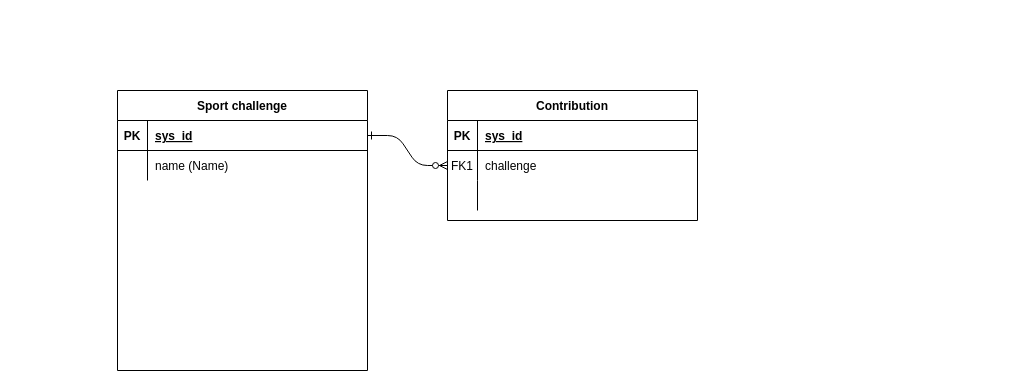
MikhailRaiman/draw keeps this draw.io diagram as Диаграмма без названия.drawio. Above is the earlier version. Source tidied: cells renumbered, new cells numbered last; positions are measured from the earlier drawing's top-left corner, leaving out a move shared by most shapes. Both pictures are drawn from the tidied source at 100%, with x=0, y=0 at pixel (117, 90).
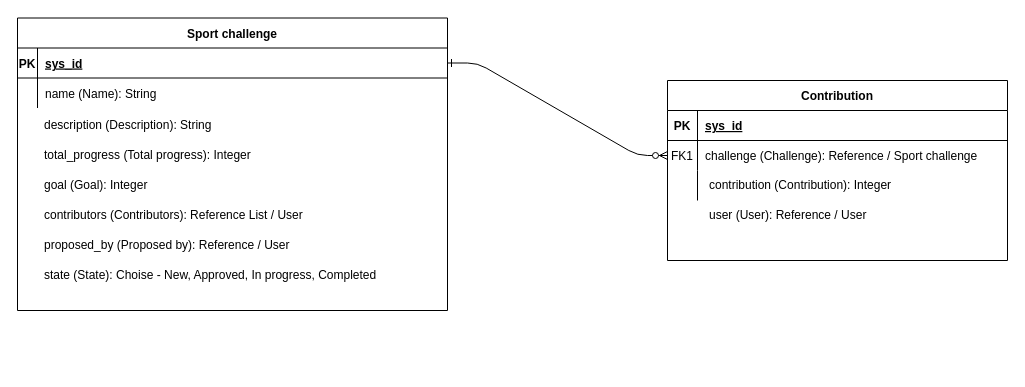
The same page after the edit.

What changed in the source:
```diff
@@
     <mxCell id="3" value="Contribution" style="shape=table;startSize=30;childLayout=tableLayout;rowLines=0;fontStyle=1;align=center;" parent="1" vertex="1">
-      <mxGeometry x="330" width="250" height="130" as="geometry" />
+      <mxGeometry x="550" y="-10" width="340" height="180" as="geometry" />
     </mxCell>
     <mxCell id="4" style="shape=partialRectangle;fillColor=none;top=0;left=0;right=0;bottom=1;" parent="3" vertex="1">
-      <mxGeometry y="30" width="250" height="30" as="geometry" />
+      <mxGeometry y="30" width="340" height="30" as="geometry" />
     </mxCell>
@@
     <mxCell id="6" value="sys_id" style="shape=partialRectangle;overflow=hidden;fillColor=none;top=0;left=0;bottom=0;right=0;align=left;spacingLeft=6;fontStyle=5;" parent="4" vertex="1">
-      <mxGeometry x="30" width="220" height="30" as="geometry" />
+      <mxGeometry x="30" width="310" height="30" as="geometry" />
     </mxCell>
     <mxCell id="7" style="shape=partialRectangle;fillColor=none;points=[[0,0.5],[1,0.5]];portConstraint=eastwest;top=0;left=0;right=0;bottom=0;" parent="3" vertex="1">
-      <mxGeometry y="60" width="250" height="30" as="geometry" />
+      <mxGeometry y="60" width="340" height="30" as="geometry" />
     </mxCell>
@@
-    <mxCell id="9" value="challenge" style="shape=partialRectangle;overflow=hidden;fillColor=none;top=0;left=0;bottom=0;right=0;align=left;spacingLeft=6;" parent="7" vertex="1">
-      <mxGeometry x="30" width="220" height="30" as="geometry" />
+    <mxCell id="9" value="challenge (Challenge): Reference / Sport challenge" style="shape=partialRectangle;overflow=hidden;fillColor=none;top=0;left=0;bottom=0;right=0;align=left;spacingLeft=6;" parent="7" vertex="1">
+      <mxGeometry x="30" width="310" height="30" as="geometry" />
     </mxCell>
     <mxCell id="10" style="shape=partialRectangle;fillColor=none;top=0;left=0;right=0;bottom=0;" parent="3" vertex="1">
-      <mxGeometry y="90" width="250" height="30" as="geometry" />
+      <mxGeometry y="90" width="340" height="30" as="geometry" />
     </mxCell>
@@
     <mxCell id="12" style="shape=partialRectangle;overflow=hidden;fillColor=none;top=0;left=0;bottom=0;right=0;align=left;spacingLeft=6;" parent="10" vertex="1">
-      <mxGeometry x="30" width="220" height="30" as="geometry" />
+      <mxGeometry x="30" width="310" height="30" as="geometry" />
     </mxCell>
     <mxCell id="13" value="Sport challenge" style="shape=table;startSize=30;childLayout=tableLayout;rowLines=0;fontStyle=1;align=center;" parent="1" vertex="1">
-      <mxGeometry width="250" height="280" as="geometry" />
+      <mxGeometry x="-100" y="-72.5" width="430" height="292.5" as="geometry" />
     </mxCell>
     <mxCell id="14" style="shape=partialRectangle;fillColor=none;points=[[0,0.5],[1,0.5]];portConstraint=eastwest;top=0;left=0;right=0;bottom=1;" parent="13" vertex="1">
-      <mxGeometry y="30" width="250" height="30" as="geometry" />
+      <mxGeometry y="30" width="430" height="30" as="geometry" />
     </mxCell>
     <mxCell id="15" value="PK" style="shape=partialRectangle;overflow=hidden;fillColor=none;top=0;left=0;bottom=0;right=0;fontStyle=1;" parent="14" vertex="1">
-      <mxGeometry width="30" height="30" as="geometry" />
+      <mxGeometry width="20" height="30" as="geometry" />
     </mxCell>
     <mxCell id="16" value="sys_id" style="shape=partialRectangle;overflow=hidden;fillColor=none;top=0;left=0;bottom=0;right=0;align=left;spacingLeft=6;fontStyle=5;" parent="14" vertex="1">
-      <mxGeometry x="30" width="220" height="30" as="geometry" />
+      <mxGeometry x="20" width="410" height="30" as="geometry" />
     </mxCell>
     <mxCell id="17" style="shape=partialRectangle;fillColor=none;top=0;left=0;right=0;bottom=0;" parent="13" vertex="1">
-      <mxGeometry y="60" width="250" height="30" as="geometry" />
+      <mxGeometry y="60" width="430" height="30" as="geometry" />
     </mxCell>
     <mxCell id="18" style="shape=partialRectangle;overflow=hidden;fillColor=none;top=0;left=0;bottom=0;right=0;" parent="17" vertex="1">
-      <mxGeometry width="30" height="30" as="geometry" />
+      <mxGeometry width="20" height="30" as="geometry" />
     </mxCell>
-    <mxCell id="19" value="name (Name)" style="shape=partialRectangle;overflow=hidden;fillColor=none;top=0;left=0;bottom=0;right=0;align=left;spacingLeft=6;" parent="17" vertex="1">
-      <mxGeometry x="30" width="220" height="30" as="geometry" />
+    <mxCell id="19" value="name (Name): String" style="shape=partialRectangle;overflow=hidden;fillColor=none;top=0;left=0;bottom=0;right=0;align=left;spacingLeft=6;" parent="17" vertex="1">
+      <mxGeometry x="20" width="410" height="30" as="geometry" />
     </mxCell>
+    <mxCell id="20" value="description (Description): String" style="text;html=1;strokeColor=none;fillColor=none;align=left;verticalAlign=middle;whiteSpace=wrap;rounded=0;" parent="1" vertex="1">
+      <mxGeometry x="-75" y="20" width="360" height="30" as="geometry" />
+    </mxCell>
+    <mxCell id="21" value="total_progress (Total progress): Integer" style="text;html=1;strokeColor=none;fillColor=none;align=left;verticalAlign=middle;whiteSpace=wrap;rounded=0;" parent="1" vertex="1">
+      <mxGeometry x="-75" y="50" width="370" height="30" as="geometry" />
+    </mxCell>
+    <mxCell id="22" value="goal (Goal): Integer" style="text;html=1;strokeColor=none;fillColor=none;align=left;verticalAlign=middle;whiteSpace=wrap;rounded=0;" parent="1" vertex="1">
+      <mxGeometry x="-75" y="80" width="370" height="30" as="geometry" />
+    </mxCell>
+    <mxCell id="23" value="contributors (Contributors): Reference List / User" style="text;html=1;strokeColor=none;fillColor=none;align=left;verticalAlign=middle;whiteSpace=wrap;rounded=0;" parent="1" vertex="1">
+      <mxGeometry x="-75" y="110" width="370" height="30" as="geometry" />
+    </mxCell>
+    <mxCell id="24" value="proposed_by (Proposed by): Reference / User" style="text;html=1;strokeColor=none;fillColor=none;align=left;verticalAlign=middle;whiteSpace=wrap;rounded=0;" parent="1" vertex="1">
+      <mxGeometry x="-75" y="140" width="370" height="30" as="geometry" />
+    </mxCell>
+    <mxCell id="25" value="state (State): Choise - New, Approved, In progress, Completed" style="text;html=1;strokeColor=none;fillColor=none;align=left;verticalAlign=middle;whiteSpace=wrap;rounded=0;" parent="1" vertex="1">
+      <mxGeometry x="-75" y="170" width="380" height="30" as="geometry" />
+    </mxCell>
+    <mxCell id="26" value="contribution (Contribution): Integer" style="text;html=1;strokeColor=none;fillColor=none;align=left;verticalAlign=middle;whiteSpace=wrap;rounded=0;" parent="1" vertex="1">
+      <mxGeometry x="590" y="80" width="280" height="30" as="geometry" />
+    </mxCell>
+    <mxCell id="27" value="user (User): Reference / User" style="text;html=1;strokeColor=none;fillColor=none;align=left;verticalAlign=middle;whiteSpace=wrap;rounded=0;" parent="1" vertex="1">
+      <mxGeometry x="590" y="110" width="280" height="30" as="geometry" />
+    </mxCell>
```
